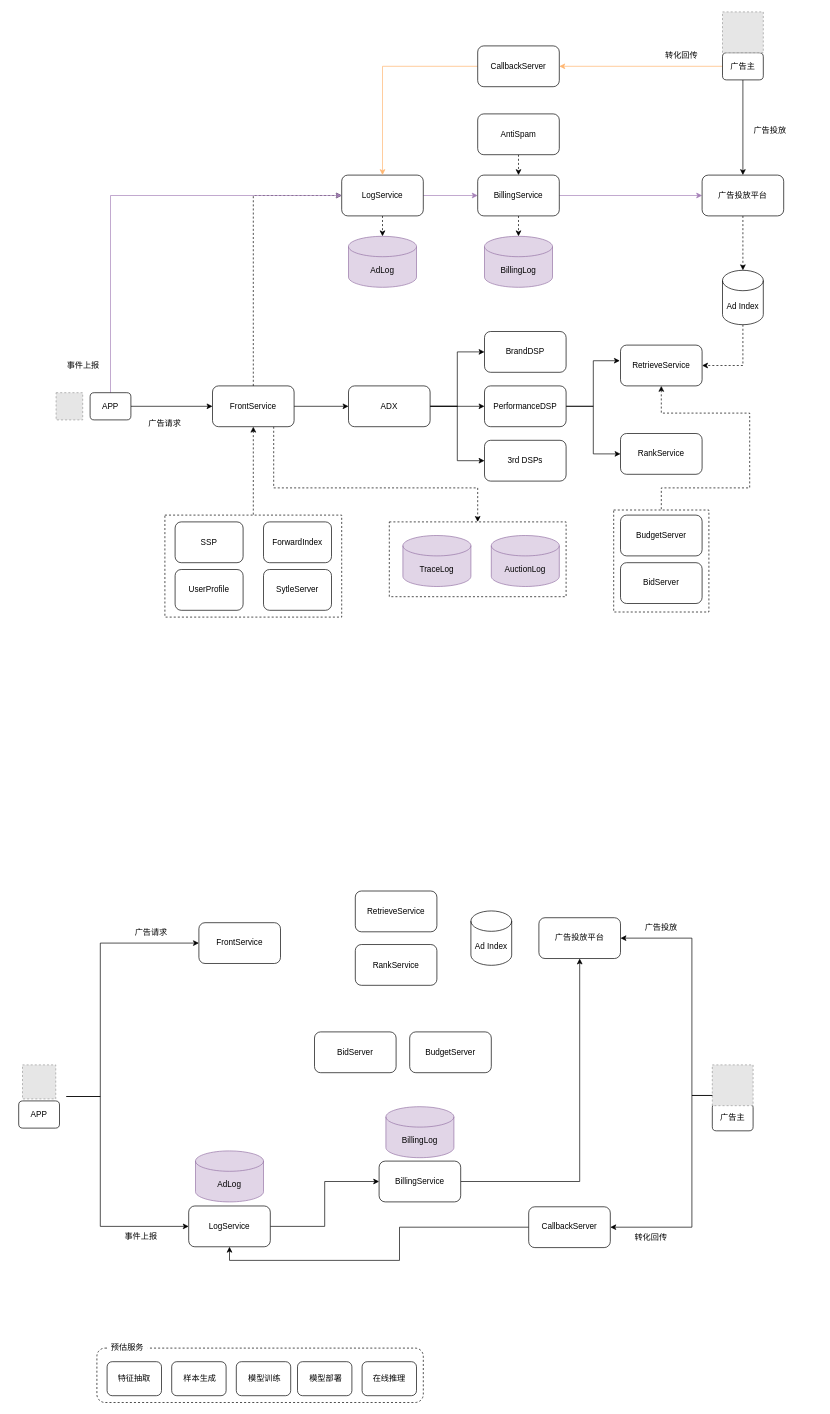
The draw.io diagram ad_system_lite.drawio in ZiqingYip/moment, before the edit. Source tidied: cells renumbered, new cells numbered last; positions are measured from the earlier drawing's top-left corner, leaving out a move shared by most shapes. Both pictures are drawn from the tidied source at 68%, with x=0, y=0 at pixel (12, 12). Pictures stored in the file or linked from it are replaced by grey dashed boxes.
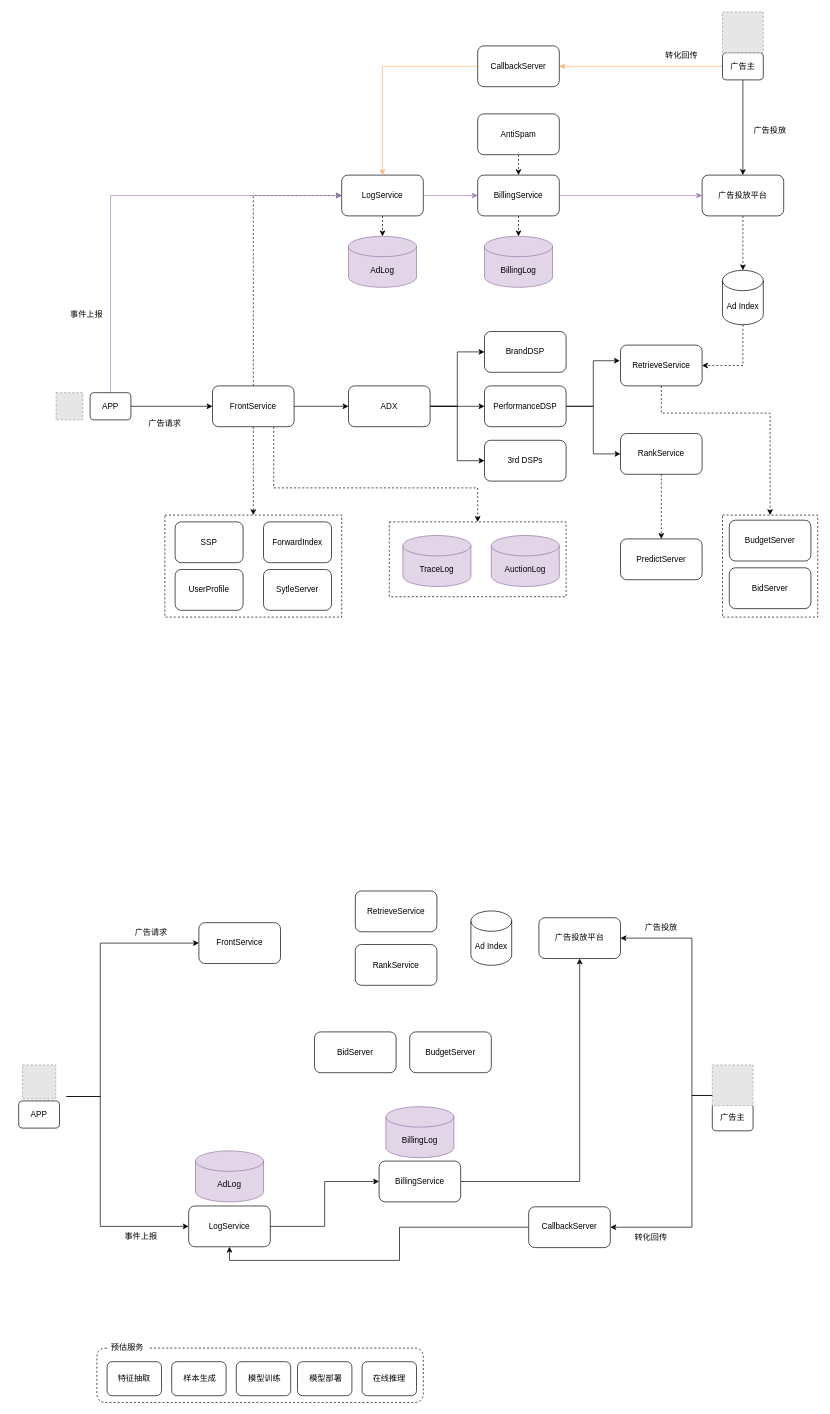
After the change.

The change refers to these unchanged cells:
```xml
<mxCell id="8" value="FrontService" style="rounded=1;whiteSpace=wrap;html=1;" parent="1" vertex="1">
  <mxGeometry x="295" y="550" width="120" height="60" as="geometry" />
</mxCell>
<mxCell id="31" value="RetrieveService" style="rounded=1;whiteSpace=wrap;html=1;" parent="1" vertex="1">
  <mxGeometry x="895" y="490" width="120" height="60" as="geometry" />
</mxCell>
<mxCell id="32" value="RankService" style="rounded=1;whiteSpace=wrap;html=1;" parent="1" vertex="1">
  <mxGeometry x="895" y="620" width="120" height="60" as="geometry" />
</mxCell>
<mxCell id="49" style="rounded=0;whiteSpace=wrap;html=1;fillColor=none;dashed=1;" parent="1" vertex="1">
  <mxGeometry x="225" y="740" width="260" height="150" as="geometry" />
</mxCell>
```

Diff of the diagram source:
```diff
@@
     <mxCell id="2" style="rounded=0;whiteSpace=wrap;html=1;fillColor=none;dashed=1;" parent="1" vertex="1">
-      <mxGeometry x="885" y="732.5" width="140" height="150" as="geometry" />
+      <mxGeometry x="1045" y="740" width="140" height="150" as="geometry" />
     </mxCell>
@@
-    <mxCell id="5" style="edgeStyle=orthogonalEdgeStyle;rounded=0;jettySize=auto;html=1;exitX=0.5;exitY=1;exitDx=0;exitDy=0;endArrow=none;endFill=0;startArrow=classic;startFill=1;dashed=1;" parent="1" edge="1" source="8" target="49">
+    <mxCell id="5" style="edgeStyle=orthogonalEdgeStyle;rounded=0;jettySize=auto;html=1;exitX=0.5;exitY=1;exitDx=0;exitDy=0;endArrow=classic;endFill=1;startArrow=none;startFill=0;dashed=1;" parent="1" edge="1" source="8" target="49">
       <mxGeometry relative="1" as="geometry" />
     </mxCell>
@@
-    <mxCell id="30" style="edgeStyle=orthogonalEdgeStyle;rounded=0;jettySize=auto;html=1;exitX=0.5;exitY=1;exitDx=0;exitDy=0;entryX=0.5;entryY=0;entryDx=0;entryDy=0;startArrow=classic;startFill=1;endArrow=none;endFill=0;dashed=1;" parent="1" edge="1" source="31" target="2">
+    <mxCell id="30" style="edgeStyle=orthogonalEdgeStyle;rounded=0;jettySize=auto;html=1;exitX=0.5;exitY=1;exitDx=0;exitDy=0;entryX=0.5;entryY=0;entryDx=0;entryDy=0;startArrow=none;startFill=0;endArrow=classic;endFill=1;dashed=1;" parent="1" edge="1" source="31" target="2">
       <mxGeometry relative="1" as="geometry">
         <Array as="points">
           <mxPoint x="955" y="590" />
-          <mxPoint x="1085" y="590" />
-          <mxPoint x="1085" y="700" />
-          <mxPoint x="955" y="700" />
+          <mxPoint x="1115" y="590" />
         </Array>
       </mxGeometry>
     </mxCell>
@@
+    <mxCell id="96" style="edgeStyle=orthogonalEdgeStyle;rounded=0;jettySize=auto;html=1;exitX=0.5;exitY=1;exitDx=0;exitDy=0;entryX=0.5;entryY=0;entryDx=0;entryDy=0;dashed=1;" parent="1" edge="1" source="32" target="97">
+      <mxGeometry relative="1" as="geometry" />
+    </mxCell>
@@
     <mxCell id="33" value="BidServer" style="rounded=1;whiteSpace=wrap;html=1;" parent="1" vertex="1">
-      <mxGeometry x="895" y="810" width="120" height="60" as="geometry" />
+      <mxGeometry x="1055" y="817.5" width="120" height="60" as="geometry" />
     </mxCell>
@@
     <mxCell id="41" value="BudgetServer" style="rounded=1;whiteSpace=wrap;html=1;" parent="1" vertex="1">
-      <mxGeometry x="895" y="740" width="120" height="60" as="geometry" />
+      <mxGeometry x="1055" y="747.5" width="120" height="60" as="geometry" />
     </mxCell>
@@
     <mxCell id="51" value="事件上报" style="text;html=1;strokeColor=none;fillColor=none;align=center;verticalAlign=middle;whiteSpace=wrap;rounded=0;dashed=1;" parent="1" vertex="1">
-      <mxGeometry x="75" y="505" width="60" height="30" as="geometry" />
+      <mxGeometry x="80" y="430" width="60" height="30" as="geometry" />
     </mxCell>
@@
+    <mxCell id="97" value="PredictServer" style="rounded=1;whiteSpace=wrap;html=1;" parent="1" vertex="1">
+      <mxGeometry x="895" y="775" width="120" height="60" as="geometry" />
+    </mxCell>
```
